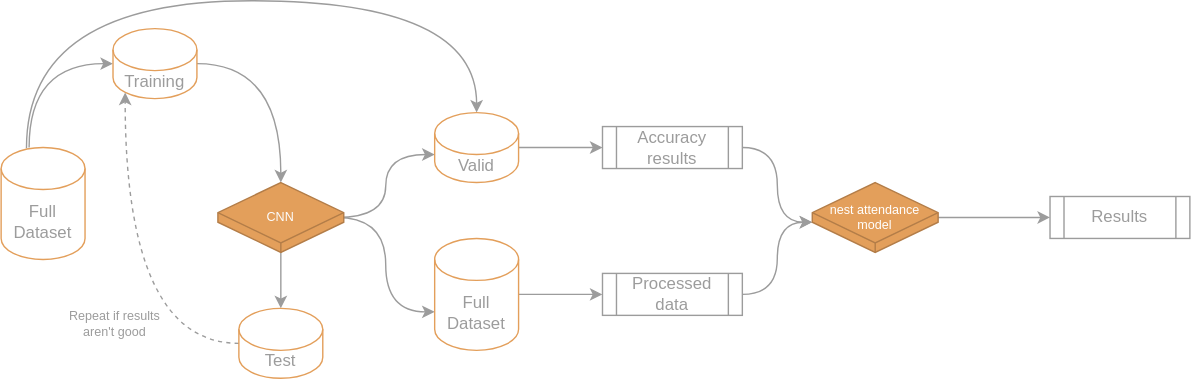
The draw.io diagram documents/flow.drawio.svg in robert-sipho/pefa_nest-cam, before a commit. Source tidied: cells renumbered, new cells last; positions are measured from the earlier drawing's top-left corner, leaving out a move shared by most shapes.
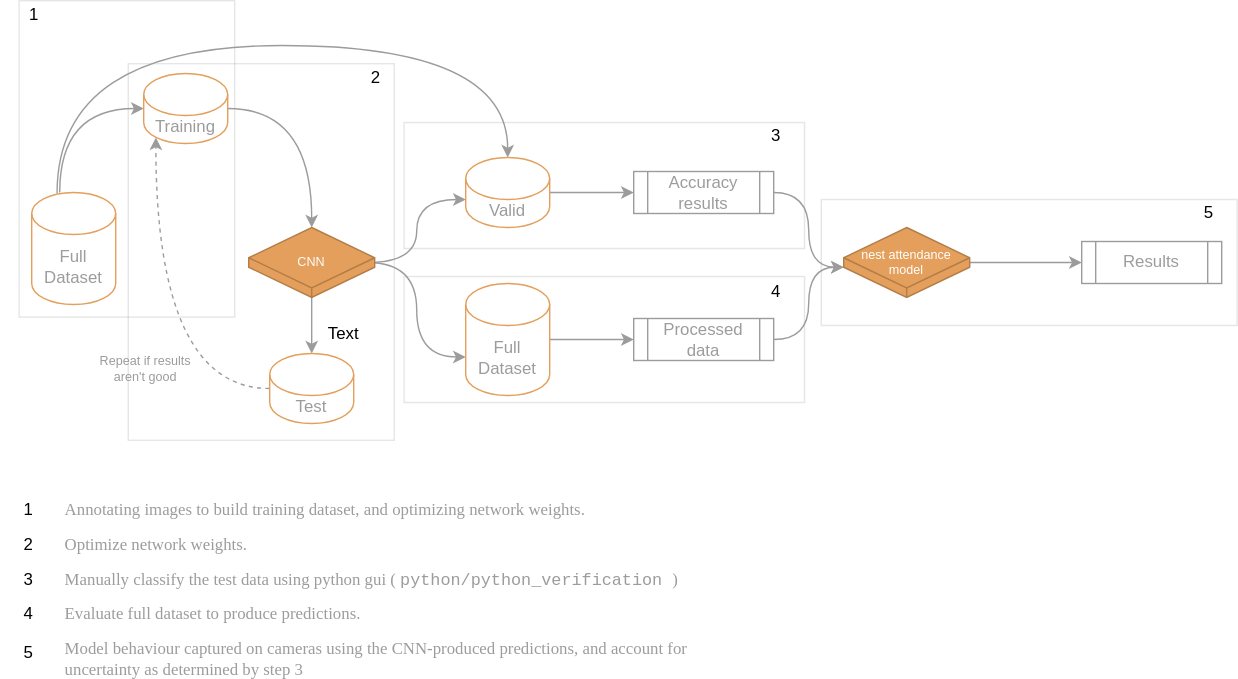
The same diagram one commit later.

What changed in the source:
```diff
@@ -92,5 +92,68 @@
     <mxCell id="24" value="nest attendance&lt;br&gt;model" style="html=1;whiteSpace=wrap;shape=isoCube2;backgroundOutline=1;isoAngle=15;rounded=0;labelBackgroundColor=none;sketch=0;fontSize=9;fontColor=#FFFFFF;fillColor=#E39F5B;strokeColor=#B37D48;" parent="1" vertex="1">
       <mxGeometry x="580" y="130" width="90" height="50" as="geometry" />
     </mxCell>
+    <mxCell id="25" style="rounded=0;whiteSpace=wrap;html=1;fillColor=none;strokeColor=#9C9C9C;opacity=25;" parent="1" vertex="1">
+      <mxGeometry x="-9" y="-32" width="154" height="226" as="geometry" />
+    </mxCell>
+    <mxCell id="26" value="1" style="text;html=1;strokeColor=none;fillColor=none;align=center;verticalAlign=middle;whiteSpace=wrap;rounded=0;opacity=50;" parent="1" vertex="1">
+      <mxGeometry x="-18" y="-32" width="40" height="20" as="geometry" />
+    </mxCell>
+    <mxCell id="27" style="rounded=0;whiteSpace=wrap;html=1;fillColor=none;strokeColor=#9C9C9C;opacity=25;" parent="1" vertex="1">
+      <mxGeometry x="69" y="13" width="190" height="269" as="geometry" />
+    </mxCell>
+    <mxCell id="28" value="2" style="text;html=1;strokeColor=none;fillColor=none;align=center;verticalAlign=middle;whiteSpace=wrap;rounded=0;opacity=50;" parent="1" vertex="1">
+      <mxGeometry x="226" y="13" width="40" height="20" as="geometry" />
+    </mxCell>
+    <mxCell id="29" style="rounded=0;whiteSpace=wrap;html=1;fillColor=none;strokeColor=#9C9C9C;opacity=25;" parent="1" vertex="1">
+      <mxGeometry x="266" y="55" width="286" height="90" as="geometry" />
+    </mxCell>
+    <mxCell id="30" style="rounded=0;whiteSpace=wrap;html=1;fillColor=none;strokeColor=#9C9C9C;opacity=25;" parent="1" vertex="1">
+      <mxGeometry x="266" y="165" width="286" height="90" as="geometry" />
+    </mxCell>
+    <mxCell id="31" value="3" style="text;html=1;strokeColor=none;fillColor=none;align=center;verticalAlign=middle;whiteSpace=wrap;rounded=0;opacity=50;" parent="1" vertex="1">
+      <mxGeometry x="512" y="55" width="40" height="20" as="geometry" />
+    </mxCell>
+    <mxCell id="32" value="4" style="text;html=1;strokeColor=none;fillColor=none;align=center;verticalAlign=middle;whiteSpace=wrap;rounded=0;opacity=50;" parent="1" vertex="1">
+      <mxGeometry x="512" y="166" width="40" height="20" as="geometry" />
+    </mxCell>
+    <mxCell id="33" style="rounded=0;whiteSpace=wrap;html=1;fillColor=none;strokeColor=#9C9C9C;opacity=25;" parent="1" vertex="1">
+      <mxGeometry x="564" y="110" width="297" height="90" as="geometry" />
+    </mxCell>
+    <mxCell id="34" value="5" style="text;html=1;strokeColor=none;fillColor=none;align=center;verticalAlign=middle;whiteSpace=wrap;rounded=0;opacity=50;" parent="1" vertex="1">
+      <mxGeometry x="821" y="110" width="40" height="20" as="geometry" />
+    </mxCell>
+    <mxCell id="35" value="1" style="text;html=1;strokeColor=none;fillColor=none;align=center;verticalAlign=middle;whiteSpace=wrap;rounded=0;opacity=50;" parent="1" vertex="1">
+      <mxGeometry x="-22" y="322" width="40" height="20" as="geometry" />
+    </mxCell>
+    <mxCell id="36" value="Text" style="text;html=1;strokeColor=none;fillColor=none;align=center;verticalAlign=middle;whiteSpace=wrap;rounded=0;opacity=25;" parent="1" vertex="1">
+      <mxGeometry x="203" y="196" width="40" height="20" as="geometry" />
+    </mxCell>
+    <mxCell id="37" value="Annotating images to build training dataset, and optimizing network weights.&amp;nbsp;" style="text;html=1;strokeColor=none;fillColor=none;align=left;verticalAlign=middle;whiteSpace=wrap;rounded=0;opacity=25;fontFamily=Times New Roman;fontColor=#9C9C9C;" parent="1" vertex="1">
+      <mxGeometry x="22" y="322" width="388" height="20" as="geometry" />
+    </mxCell>
+    <mxCell id="38" value="Optimize network weights." style="text;html=1;strokeColor=none;fillColor=none;align=left;verticalAlign=middle;whiteSpace=wrap;rounded=0;opacity=25;fontFamily=Times New Roman;fontColor=#9C9C9C;" parent="1" vertex="1">
+      <mxGeometry x="22" y="347" width="388" height="20" as="geometry" />
+    </mxCell>
+    <mxCell id="39" value="2" style="text;html=1;strokeColor=none;fillColor=none;align=center;verticalAlign=middle;whiteSpace=wrap;rounded=0;opacity=50;" parent="1" vertex="1">
+      <mxGeometry x="-22" y="347" width="40" height="20" as="geometry" />
+    </mxCell>
+    <mxCell id="40" value="Manually classify the test data using python gui (&lt;font face=&quot;Courier New&quot;&gt;python/python_verification&lt;/font&gt;)" style="text;html=1;strokeColor=none;fillColor=none;align=left;verticalAlign=middle;whiteSpace=wrap;rounded=0;opacity=25;fontFamily=Times New Roman;fontColor=#9C9C9C;" parent="1" vertex="1">
+      <mxGeometry x="22" y="372" width="495" height="20" as="geometry" />
+    </mxCell>
+    <mxCell id="41" value="3" style="text;html=1;strokeColor=none;fillColor=none;align=center;verticalAlign=middle;whiteSpace=wrap;rounded=0;opacity=50;" parent="1" vertex="1">
+      <mxGeometry x="-22" y="372" width="40" height="20" as="geometry" />
+    </mxCell>
+    <mxCell id="42" value="Evaluate full dataset to produce predictions." style="text;html=1;strokeColor=none;fillColor=none;align=left;verticalAlign=middle;whiteSpace=wrap;rounded=0;opacity=25;fontFamily=Times New Roman;fontColor=#9C9C9C;" parent="1" vertex="1">
+      <mxGeometry x="22" y="396" width="495" height="20" as="geometry" />
+    </mxCell>
+    <mxCell id="43" value="4" style="text;html=1;strokeColor=none;fillColor=none;align=center;verticalAlign=middle;whiteSpace=wrap;rounded=0;opacity=50;" parent="1" vertex="1">
+      <mxGeometry x="-22" y="396" width="40" height="20" as="geometry" />
+    </mxCell>
+    <mxCell id="44" value="Model behaviour captured on cameras using the CNN-produced predictions, and account for uncertainty as determined by step 3" style="text;html=1;strokeColor=none;fillColor=none;align=left;verticalAlign=middle;whiteSpace=wrap;rounded=0;opacity=25;fontFamily=Times New Roman;fontColor=#9C9C9C;" parent="1" vertex="1">
+      <mxGeometry x="22" y="428" width="495" height="20" as="geometry" />
+    </mxCell>
+    <mxCell id="45" value="5" style="text;html=1;strokeColor=none;fillColor=none;align=center;verticalAlign=middle;whiteSpace=wrap;rounded=0;opacity=50;" parent="1" vertex="1">
+      <mxGeometry x="-22" y="424" width="40" height="20" as="geometry" />
+    </mxCell>
   </root>
 </mxGraphModel>
```
